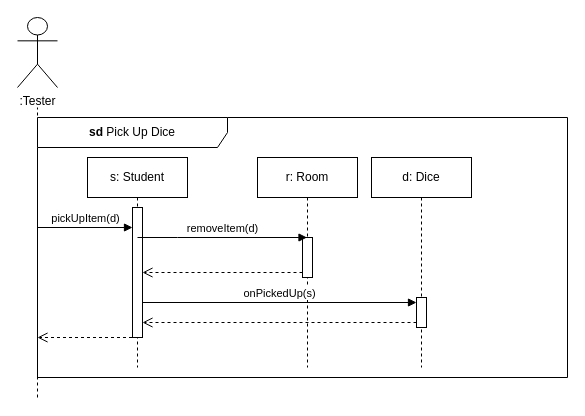
XanleR/U.B.R.---Projlab-2024 keeps this draw.io diagram as page "Pick Up Dice" (14 of 44) of Beadások/6. Beadás/Változás-Szekvencia.drawio. Above is the earlier version. Source tidied: cells renumbered, new cells numbered last; positions are measured from the earlier drawing's top-left corner, leaving out a move shared by most shapes. Both pictures are drawn from the tidied source at 100%, with x=0, y=0 at pixel (17, 17).
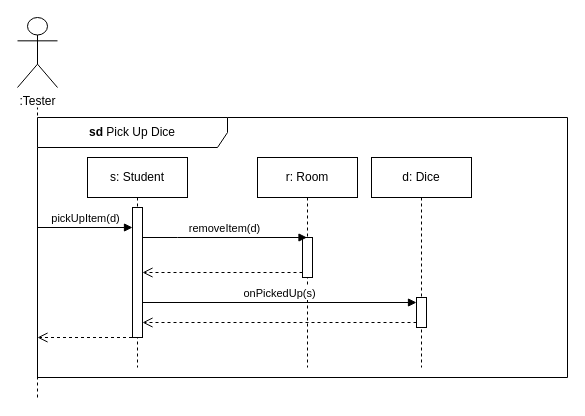
Above is the later version.

The change refers to these unchanged cells:
```xml
<mxCell id="3" style="html=1;points=[[0,0,0,0,5],[0,1,0,0,-5],[1,0,0,0,5],[1,1,0,0,-5]];perimeter=orthogonalPerimeter;outlineConnect=0;targetShapes=umlLifeline;portConstraint=eastwest;newEdgeStyle={&quot;curved&quot;:0,&quot;rounded&quot;:0};" parent="2" vertex="1">
  <mxGeometry x="45" y="50" width="10" height="130" as="geometry" />
</mxCell>
```

The edit, as a diff of the source:
```diff
@@
-    <mxCell id="8" value="removeItem(d)" style="html=1;verticalAlign=bottom;endArrow=block;curved=0;rounded=0;" parent="1" edge="1">
+    <mxCell id="8" value="removeItem(d)" style="html=1;verticalAlign=bottom;endArrow=block;curved=0;rounded=0;" parent="1" edge="1" source="3">
       <mxGeometry relative="1" as="geometry">
-        <mxPoint x="120" y="220" as="sourcePoint" />
         <mxPoint x="289.5" y="220" as="targetPoint" />
         <Array as="points">
           <mxPoint x="160" y="220" />
         </Array>
       </mxGeometry>
     </mxCell>
```
